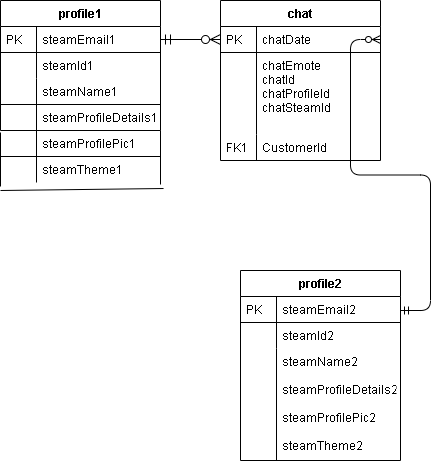
The draw.io diagram epic/ERD.PNG in Vlad11793/-data-design, before a commit. Source tidied: cells renumbered, new cells last; positions are measured from the earlier drawing's top-left corner, leaving out a move shared by most shapes.
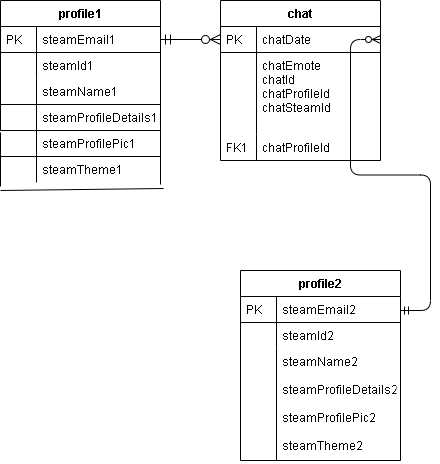
After the change.

What changed in the source:
```diff
@@ -44,7 +44,7 @@
     <mxCell id="15" style="shape=partialRectangle;top=0;left=0;bottom=0;fillColor=none;align=left;verticalAlign=top;spacingLeft=4;spacingRight=4;overflow=hidden;" parent="14" vertex="1">
       <mxGeometry width="36" height="82" as="geometry" />
     </mxCell>
-    <mxCell id="16" value="CustomerId" style="shape=partialRectangle;top=0;left=0;right=0;bottom=0;align=left;verticalAlign=top;fillColor=none;spacingLeft=40;spacingRight=4;overflow=hidden;rounded=0;shadow=0;strokeWidth=1;" parent="11" vertex="1">
+    <mxCell id="16" value="chatProfileId" style="shape=partialRectangle;top=0;left=0;right=0;bottom=0;align=left;verticalAlign=top;fillColor=none;spacingLeft=40;spacingRight=4;overflow=hidden;rounded=0;shadow=0;strokeWidth=1;" parent="11" vertex="1">
       <mxGeometry y="134" width="160" height="26" as="geometry" />
     </mxCell>
     <mxCell id="17" value="FK1" style="shape=partialRectangle;top=0;left=0;bottom=0;fillColor=none;align=left;verticalAlign=top;spacingLeft=4;spacingRight=4;overflow=hidden;" parent="16" vertex="1">
```
